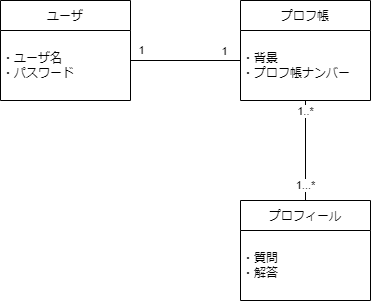
MoritMorit/psp-pro4 keeps this draw.io diagram as classdiagram.drawio.png. Above is the earlier version. Source tidied: cells renumbered, new cells last; positions are measured from the earlier drawing's top-left corner, leaving out a move shared by most shapes.
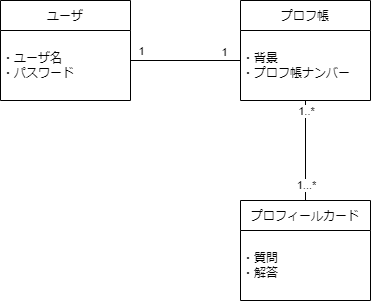
The same file after the commit.

Diff of the diagram source:
```diff
@@ -11,7 +11,7 @@
     <mxCell id="4" value="・ユーザ名&lt;br&gt;・パスワード" style="shape=partialRectangle;html=1;whiteSpace=wrap;overflow=hidden;fillColor=none;top=0;left=0;bottom=0;right=0;align=left;" parent="3" vertex="1">
       <mxGeometry width="130" height="70" as="geometry" />
     </mxCell>
-    <mxCell id="5" value="プロフィール" style="shape=table;startSize=30;" parent="1" vertex="1">
+    <mxCell id="5" value="プロフィールカード" style="shape=table;startSize=30;" parent="1" vertex="1">
       <mxGeometry x="240" y="200" width="130" height="100" as="geometry" />
     </mxCell>
     <mxCell id="6" style="shape=tableRow;horizontal=0;startSize=0;swimlaneHead=0;swimlaneBody=0;top=0;left=0;bottom=0;right=0;fillColor=none;" parent="5" vertex="1">
```
